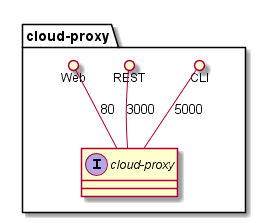
Before: docs/Solution/Services/cloud-proxy/Logical.png, a diagram exported from PlantUML (CAADE/C3).
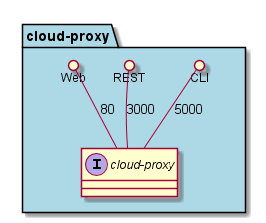
Above is the later version.

The edit, as a diff of the source:
```diff
@@ -1,6 +1,6 @@
 @startuml
 
-package "cloud-proxy" {
+package "cloud-proxy" #lightblue {
     interface "cloud-proxy" {
 
     }
```
